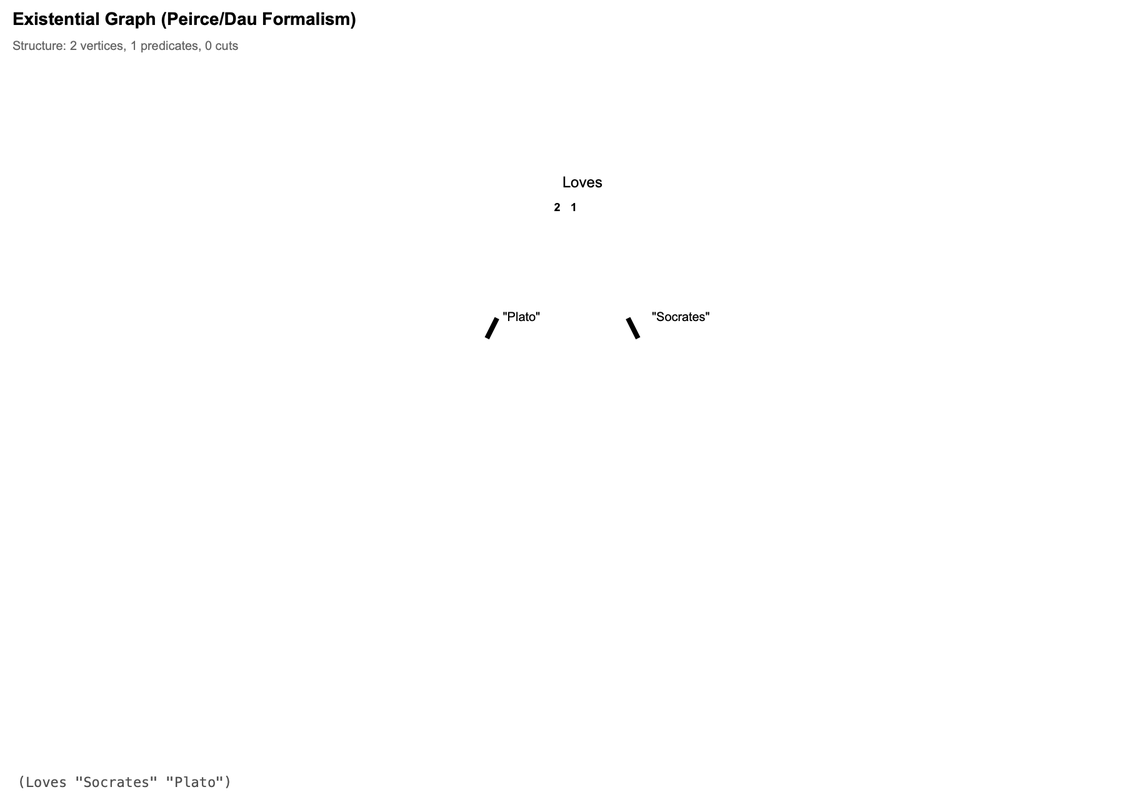
This is reports/sanity_egif_dot/binary_loves.png from mijahauan/Arisbe, a Graphviz export, as it was before one commit. Its source is kept beside it as reports/sanity_egif_dot/binary_loves.dot.
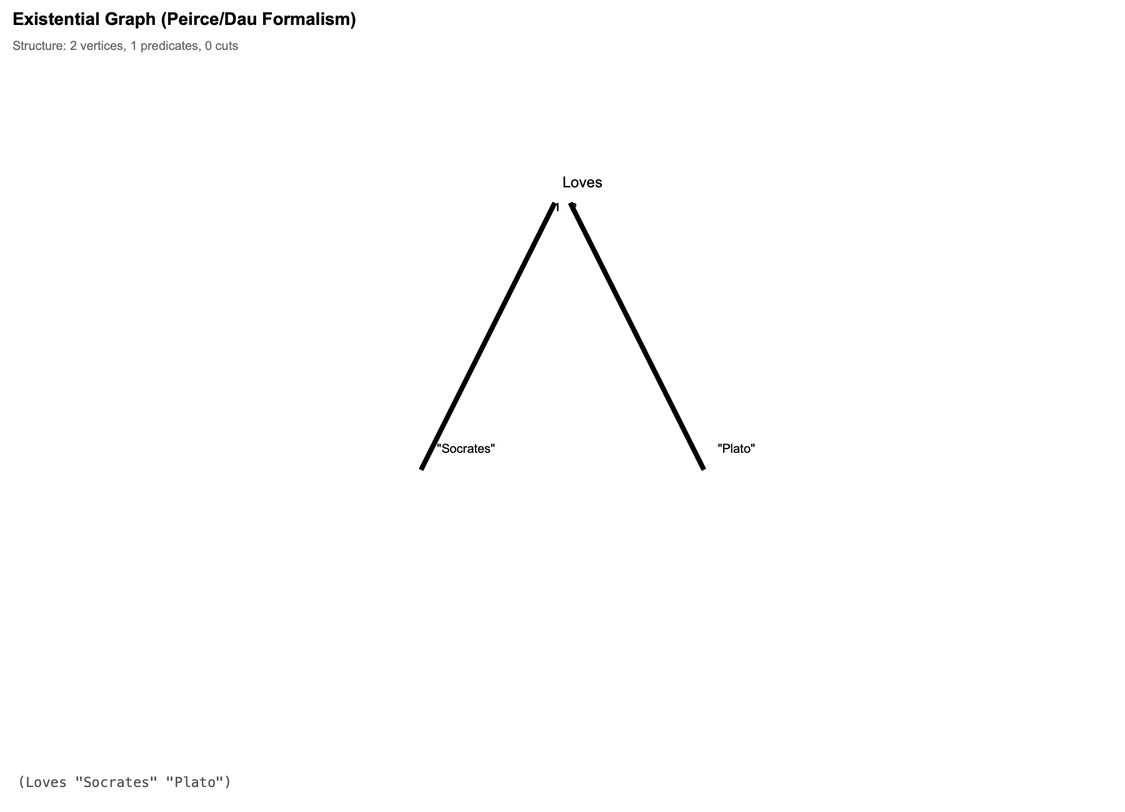
After the commit.

Change to the diagram source:
```diff
@@ -16,7 +16,7 @@
   node [shape=circle, style=filled, fillcolor=lightblue, fontsize=10];
   edge [fontsize=9, labeldistance=1.5, labelangle=0];
 
-  v_f60f4abd -- e_133cb1f7:w [style=bold, penwidth=2];
-  v_d2016a40 -- e_133cb1f7:e [style=bold, penwidth=2];
+  v_f15de286 -- e_faddb766:w [style=bold, penwidth=2];
+  v_d5ce553e -- e_faddb766:e [style=bold, penwidth=2];
 
 }
```
